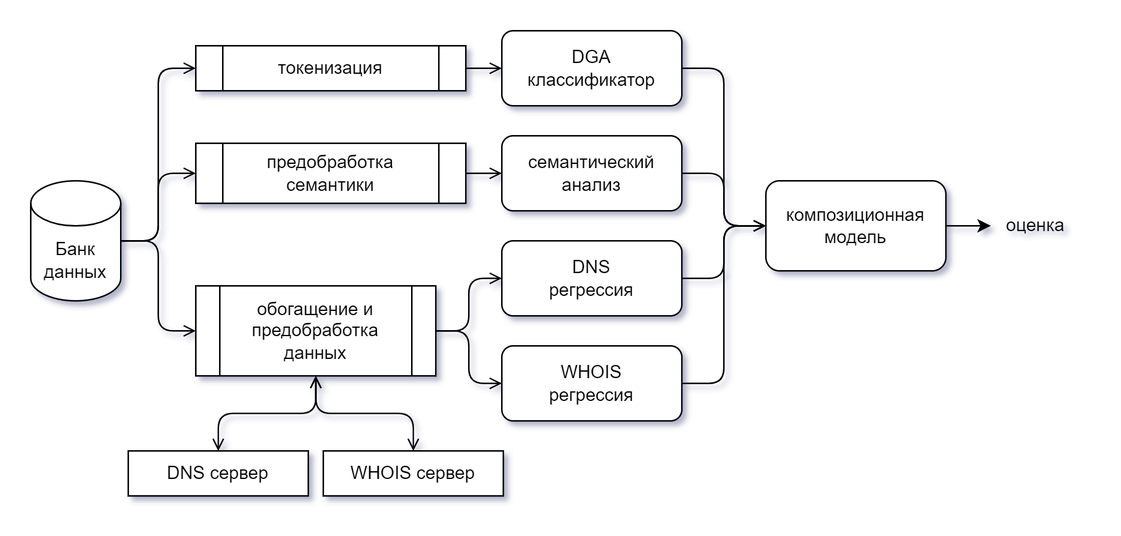
Above: docs/images/composition_model.drawio.png in Qvineox/domain-threat-intelligence-analyzer-mirror (draw.io), before the change. Source tidied: cells renumbered, new cells last; positions are measured from the earlier drawing's top-left corner, leaving out a move shared by most shapes. Its diagram source:
```xml
<mxGraphModel>
  <root>
    <mxCell id="0" />
    <mxCell id="1" parent="0" />
    <mxCell id="2" style="edgeStyle=orthogonalEdgeStyle;rounded=1;jettySize=auto;html=1;exitX=1;exitY=0.5;exitDx=0;exitDy=0;exitPerimeter=0;entryX=0;entryY=0.5;entryDx=0;entryDy=0;startArrow=none;startFill=0;endArrow=open;endFill=0;curved=0;" parent="1" edge="1" source="5" target="19">
      <mxGeometry relative="1" as="geometry" />
    </mxCell>
    <mxCell id="3" style="edgeStyle=orthogonalEdgeStyle;rounded=1;jettySize=auto;html=1;exitX=1;exitY=0.5;exitDx=0;exitDy=0;exitPerimeter=0;entryX=0;entryY=0.5;entryDx=0;entryDy=0;startArrow=none;startFill=0;endArrow=open;endFill=0;curved=0;" parent="1" edge="1" source="5" target="23">
      <mxGeometry relative="1" as="geometry" />
    </mxCell>
    <mxCell id="4" style="edgeStyle=orthogonalEdgeStyle;rounded=1;jettySize=auto;html=1;exitX=1;exitY=0.5;exitDx=0;exitDy=0;exitPerimeter=0;entryX=0;entryY=0.5;entryDx=0;entryDy=0;startArrow=none;startFill=0;endArrow=open;endFill=0;curved=0;" parent="1" edge="1" source="5" target="7">
      <mxGeometry relative="1" as="geometry" />
    </mxCell>
    <mxCell id="5" value="Банк данных" style="shape=cylinder3;whiteSpace=wrap;html=1;boundedLbl=1;backgroundOutline=1;size=15;" parent="1" vertex="1">
      <mxGeometry y="100" width="60" height="80" as="geometry" />
    </mxCell>
    <mxCell id="6" style="edgeStyle=orthogonalEdgeStyle;rounded=1;jettySize=auto;html=1;exitX=1;exitY=0.5;exitDx=0;exitDy=0;entryX=0;entryY=0.5;entryDx=0;entryDy=0;curved=0;startArrow=none;startFill=0;endArrow=open;endFill=0;" parent="1" edge="1" source="7" target="9">
      <mxGeometry relative="1" as="geometry" />
    </mxCell>
    <mxCell id="7" value="токенизация" style="shape=process;whiteSpace=wrap;html=1;backgroundOutline=1;" parent="1" vertex="1">
      <mxGeometry x="110" y="10" width="180" height="30" as="geometry" />
    </mxCell>
    <mxCell id="8" style="edgeStyle=orthogonalEdgeStyle;rounded=1;jettySize=auto;html=1;exitX=1;exitY=0.5;exitDx=0;exitDy=0;entryX=0;entryY=0.5;entryDx=0;entryDy=0;curved=0;startArrow=none;startFill=0;endArrow=open;endFill=0;" parent="1" edge="1" source="9" target="17">
      <mxGeometry relative="1" as="geometry" />
    </mxCell>
    <mxCell id="9" value="DGA&lt;div&gt;классификатор&lt;/div&gt;" style="rounded=1;whiteSpace=wrap;html=1;" parent="1" vertex="1">
      <mxGeometry x="314" width="120" height="50" as="geometry" />
    </mxCell>
    <mxCell id="10" style="edgeStyle=orthogonalEdgeStyle;rounded=1;jettySize=auto;html=1;exitX=1;exitY=0.5;exitDx=0;exitDy=0;curved=0;startArrow=none;startFill=0;endArrow=open;endFill=0;" parent="1" edge="1" source="11" target="17">
      <mxGeometry relative="1" as="geometry" />
    </mxCell>
    <mxCell id="11" value="&lt;div&gt;DNS&lt;/div&gt;&lt;div&gt;регрессия&lt;/div&gt;" style="rounded=1;whiteSpace=wrap;html=1;" parent="1" vertex="1">
      <mxGeometry x="314" y="140" width="120" height="50" as="geometry" />
    </mxCell>
    <mxCell id="12" style="edgeStyle=orthogonalEdgeStyle;rounded=1;jettySize=auto;html=1;exitX=1;exitY=0.5;exitDx=0;exitDy=0;entryX=0;entryY=0.5;entryDx=0;entryDy=0;curved=0;startArrow=none;startFill=0;endArrow=open;endFill=0;" parent="1" edge="1" source="13" target="17">
      <mxGeometry relative="1" as="geometry" />
    </mxCell>
    <mxCell id="13" value="&lt;div&gt;WHOIS&lt;/div&gt;&lt;div&gt;регрессия&lt;/div&gt;" style="rounded=1;whiteSpace=wrap;html=1;" parent="1" vertex="1">
      <mxGeometry x="314" y="210" width="120" height="50" as="geometry" />
    </mxCell>
    <mxCell id="14" style="edgeStyle=orthogonalEdgeStyle;rounded=1;jettySize=auto;html=1;exitX=1;exitY=0.5;exitDx=0;exitDy=0;curved=0;startArrow=none;startFill=0;endArrow=open;endFill=0;" parent="1" edge="1" source="15" target="17">
      <mxGeometry relative="1" as="geometry" />
    </mxCell>
    <mxCell id="15" value="&lt;div&gt;семантический анализ&lt;/div&gt;" style="rounded=1;whiteSpace=wrap;html=1;" parent="1" vertex="1">
      <mxGeometry x="314" y="70" width="120" height="50" as="geometry" />
    </mxCell>
    <mxCell id="16" style="edgeStyle=orthogonalEdgeStyle;rounded=0;jettySize=auto;html=1;exitX=1;exitY=0.5;exitDx=0;exitDy=0;entryX=0;entryY=0.5;entryDx=0;entryDy=0;" parent="1" edge="1" source="17" target="27">
      <mxGeometry relative="1" as="geometry" />
    </mxCell>
    <mxCell id="17" value="&lt;div&gt;композиционная модель&lt;/div&gt;" style="rounded=1;whiteSpace=wrap;html=1;" parent="1" vertex="1">
      <mxGeometry x="490" y="100" width="120" height="60" as="geometry" />
    </mxCell>
    <mxCell id="18" style="edgeStyle=orthogonalEdgeStyle;rounded=1;jettySize=auto;html=1;exitX=1;exitY=0.5;exitDx=0;exitDy=0;entryX=0;entryY=0.5;entryDx=0;entryDy=0;curved=0;startArrow=none;startFill=0;endArrow=open;endFill=0;" parent="1" edge="1" source="19" target="15">
      <mxGeometry relative="1" as="geometry" />
    </mxCell>
    <mxCell id="19" value="предобработка семантики" style="shape=process;whiteSpace=wrap;html=1;backgroundOutline=1;" parent="1" vertex="1">
      <mxGeometry x="110" y="75" width="180" height="40" as="geometry" />
    </mxCell>
    <mxCell id="20" style="edgeStyle=orthogonalEdgeStyle;rounded=1;jettySize=auto;html=1;exitX=1;exitY=0.5;exitDx=0;exitDy=0;entryX=0;entryY=0.5;entryDx=0;entryDy=0;curved=0;startArrow=none;startFill=0;endArrow=open;endFill=0;" parent="1" edge="1" source="23" target="11">
      <mxGeometry relative="1" as="geometry" />
    </mxCell>
    <mxCell id="21" style="edgeStyle=orthogonalEdgeStyle;rounded=1;jettySize=auto;html=1;exitX=1;exitY=0.5;exitDx=0;exitDy=0;entryX=0;entryY=0.5;entryDx=0;entryDy=0;curved=0;startArrow=none;startFill=0;endArrow=open;endFill=0;" parent="1" edge="1" source="23" target="13">
      <mxGeometry relative="1" as="geometry" />
    </mxCell>
    <mxCell id="22" style="edgeStyle=orthogonalEdgeStyle;rounded=1;jettySize=auto;html=1;exitX=0.5;exitY=1;exitDx=0;exitDy=0;entryX=0.5;entryY=0;entryDx=0;entryDy=0;startArrow=open;startFill=0;endArrow=open;endFill=0;curved=0;" parent="1" edge="1" source="23" target="24">
      <mxGeometry relative="1" as="geometry" />
    </mxCell>
    <mxCell id="23" value="обогащение и предобработка данных" style="shape=process;whiteSpace=wrap;html=1;backgroundOutline=1;" parent="1" vertex="1">
      <mxGeometry x="110" y="170" width="160" height="60" as="geometry" />
    </mxCell>
    <mxCell id="24" value="DNS сервер" style="rounded=0;whiteSpace=wrap;html=1;" parent="1" vertex="1">
      <mxGeometry x="65" y="280" width="120" height="30" as="geometry" />
    </mxCell>
    <mxCell id="25" style="edgeStyle=orthogonalEdgeStyle;rounded=1;jettySize=auto;html=1;exitX=0.5;exitY=0;exitDx=0;exitDy=0;entryX=0.5;entryY=1;entryDx=0;entryDy=0;startArrow=open;startFill=0;endArrow=open;endFill=0;curved=0;" parent="1" edge="1" source="26" target="23">
      <mxGeometry relative="1" as="geometry" />
    </mxCell>
    <mxCell id="26" value="WHOIS сервер" style="rounded=0;whiteSpace=wrap;html=1;" parent="1" vertex="1">
      <mxGeometry x="195" y="280" width="120" height="30" as="geometry" />
    </mxCell>
    <mxCell id="27" value="оценка" style="text;html=1;align=center;verticalAlign=middle;whiteSpace=wrap;rounded=0;" parent="1" vertex="1">
      <mxGeometry x="640" y="115" width="60" height="30" as="geometry" />
    </mxCell>
  </root>
</mxGraphModel>
```
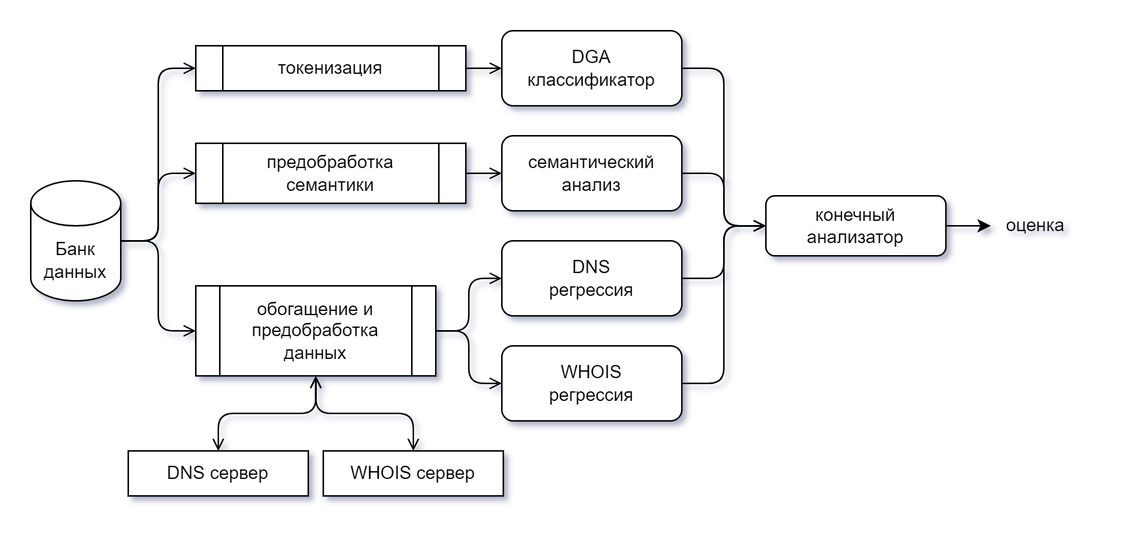
The same file after the commit.

Change to the diagram source:
```diff
@@ -47,8 +47,8 @@
     <mxCell id="16" style="edgeStyle=orthogonalEdgeStyle;rounded=0;jettySize=auto;html=1;exitX=1;exitY=0.5;exitDx=0;exitDy=0;entryX=0;entryY=0.5;entryDx=0;entryDy=0;" parent="1" edge="1" source="17" target="27">
       <mxGeometry relative="1" as="geometry" />
     </mxCell>
-    <mxCell id="17" value="&lt;div&gt;композиционная модель&lt;/div&gt;" style="rounded=1;whiteSpace=wrap;html=1;" parent="1" vertex="1">
-      <mxGeometry x="490" y="100" width="120" height="60" as="geometry" />
+    <mxCell id="17" value="&lt;div&gt;конечный анализатор&lt;/div&gt;" style="rounded=1;whiteSpace=wrap;html=1;" parent="1" vertex="1">
+      <mxGeometry x="490" y="110" width="120" height="40" as="geometry" />
     </mxCell>
     <mxCell id="18" style="edgeStyle=orthogonalEdgeStyle;rounded=1;jettySize=auto;html=1;exitX=1;exitY=0.5;exitDx=0;exitDy=0;entryX=0;entryY=0.5;entryDx=0;entryDy=0;curved=0;startArrow=none;startFill=0;endArrow=open;endFill=0;" parent="1" edge="1" source="19" target="15">
       <mxGeometry relative="1" as="geometry" />
```
